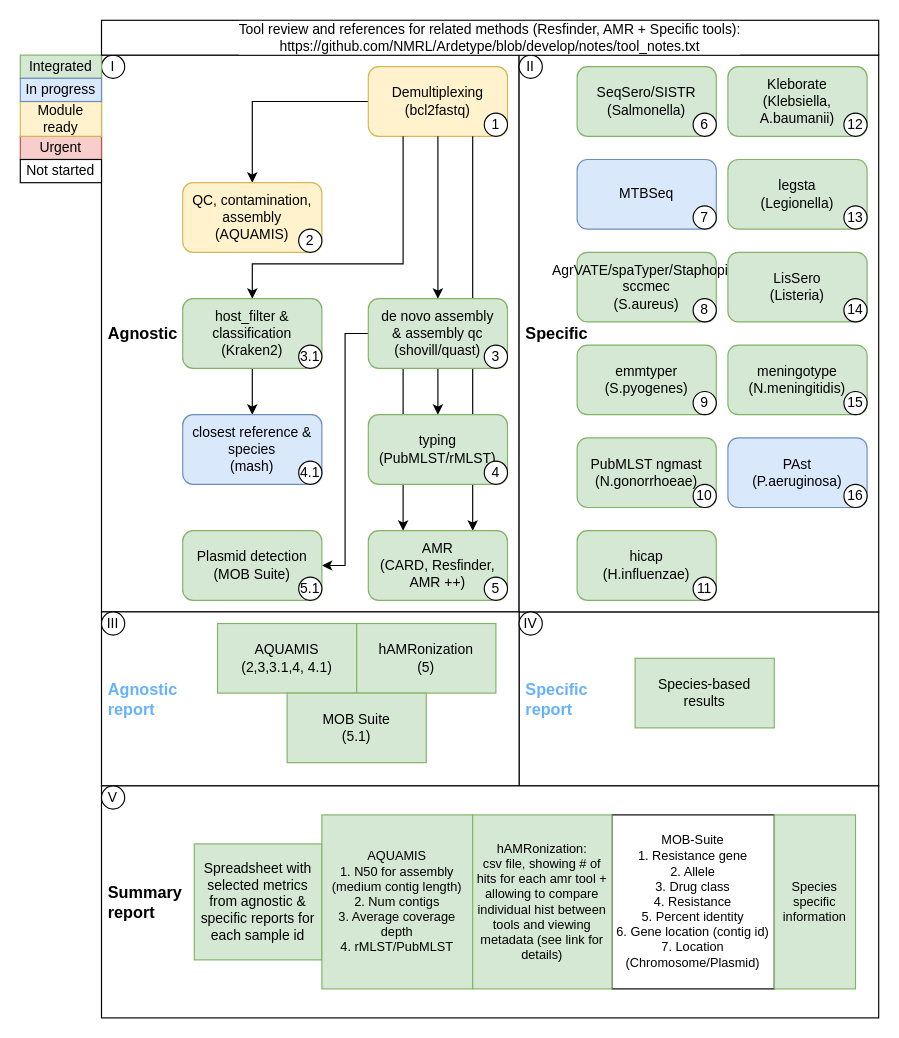
The draw.io diagram notes/Agnostic_specific_pipe.drawio in NMRL/Ardetype, before the edit. Source tidied: cells renumbered, new cells numbered last; positions are measured from the earlier drawing's top-left corner, leaving out a move shared by most shapes. Both pictures are drawn from the tidied source at 116%, with x=0, y=0 at pixel (20, 20).
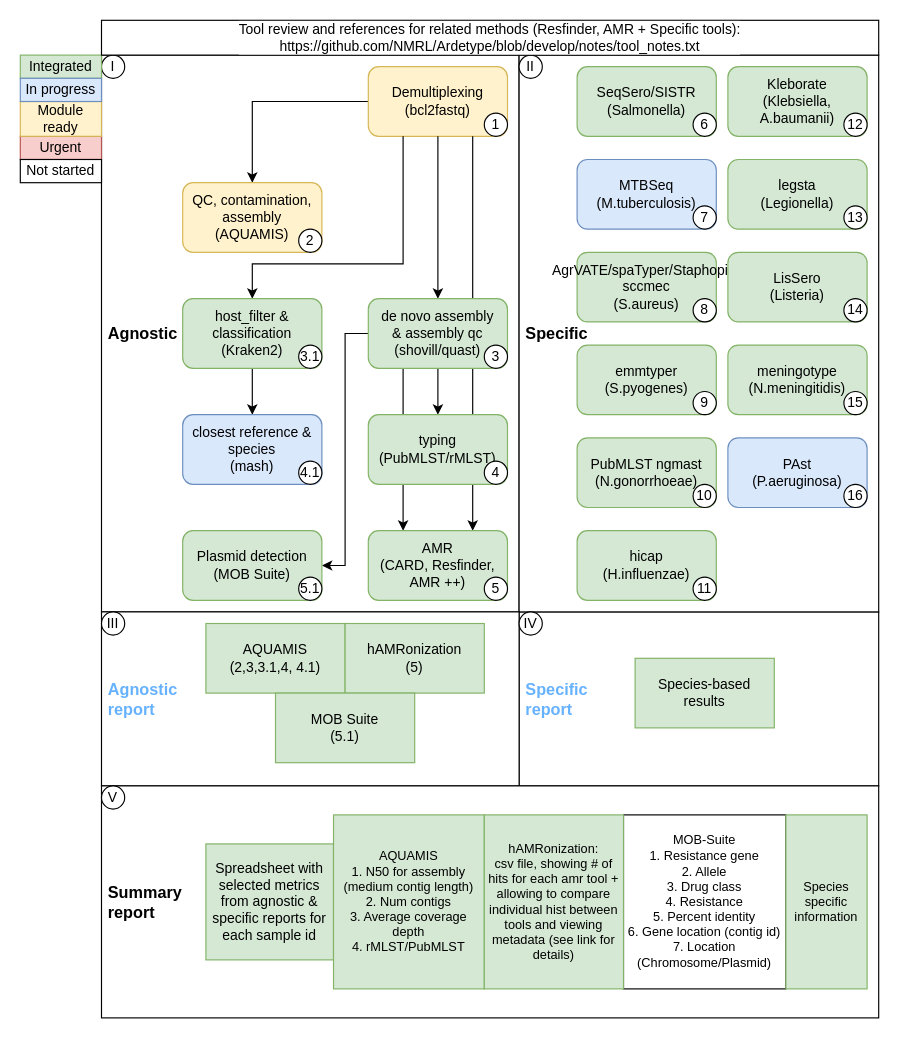
After the change.

The edit, as a diff of the source:
```diff
@@
-    <mxCell id="18" value="MTBSeq" style="rounded=1;whiteSpace=wrap;html=1;fillColor=#dae8fc;strokeColor=#6c8ebf;" parent="1" vertex="1">
+    <mxCell id="18" value="&lt;div&gt;MTBSeq&lt;/div&gt;(M.tuberculosis)" style="rounded=1;whiteSpace=wrap;html=1;fillColor=#dae8fc;strokeColor=#6c8ebf;" parent="1" vertex="1">
       <mxGeometry x="480" y="120" width="120" height="60" as="geometry" />
     </mxCell>
@@
     <mxCell id="46" value="&lt;div&gt;AQUAMIS&lt;br&gt;&lt;/div&gt;(2,3,3.1,4, 4.1)" style="rounded=0;whiteSpace=wrap;html=1;fillColor=#d5e8d4;strokeColor=#82b366;" parent="1" vertex="1">
-      <mxGeometry x="170" y="520" width="120" height="60" as="geometry" />
+      <mxGeometry x="160" y="520" width="120" height="60" as="geometry" />
     </mxCell>
     <mxCell id="47" value="hAMRonization&lt;br&gt;(5)" style="rounded=0;whiteSpace=wrap;html=1;fillColor=#d5e8d4;strokeColor=#82b366;" parent="1" vertex="1">
-      <mxGeometry x="290" y="520" width="120" height="60" as="geometry" />
+      <mxGeometry x="280" y="520" width="120" height="60" as="geometry" />
     </mxCell>
@@
     <mxCell id="57" value="Spreadsheet with selected metrics from agnostic &amp;amp; specific reports for each sample id" style="rounded=0;whiteSpace=wrap;html=1;fillColor=#d5e8d4;strokeColor=#82b366;" parent="1" vertex="1">
-      <mxGeometry x="150" y="710" width="110" height="100" as="geometry" />
+      <mxGeometry x="160" y="710" width="110" height="100" as="geometry" />
     </mxCell>
     <mxCell id="58" value="&lt;div style=&quot;font-size: 11px;&quot;&gt;&lt;font style=&quot;font-size: 11px;&quot;&gt;AQUAMIS&lt;br&gt;&lt;/font&gt;&lt;/div&gt;&lt;div style=&quot;font-size: 11px;&quot;&gt;&lt;font style=&quot;font-size: 11px;&quot;&gt;1. N50 for assembly (medium contig length)&lt;br&gt;&lt;/font&gt;&lt;/div&gt;&lt;div style=&quot;font-size: 11px;&quot;&gt;&lt;font style=&quot;font-size: 11px;&quot;&gt;2. Num contigs&lt;/font&gt;&lt;/div&gt;&lt;div style=&quot;font-size: 11px;&quot;&gt;&lt;font style=&quot;font-size: 11px;&quot;&gt;3. Average coverage depth&lt;/font&gt;&lt;/div&gt;&lt;div style=&quot;font-size: 11px;&quot;&gt;&lt;font style=&quot;font-size: 11px;&quot;&gt;4. rMLST/PubMLST&lt;br&gt;&lt;/font&gt;&lt;/div&gt;" style="rounded=0;whiteSpace=wrap;html=1;fillColor=#d5e8d4;strokeColor=#82b366;" parent="1" vertex="1">
-      <mxGeometry x="260" y="685" width="130" height="150" as="geometry" />
+      <mxGeometry x="270" y="685" width="130" height="150" as="geometry" />
     </mxCell>
     <mxCell id="59" value="&lt;div style=&quot;font-size: 11px;&quot;&gt;&lt;font style=&quot;font-size: 11px;&quot;&gt;MOB-Suite&lt;br&gt;&lt;/font&gt;&lt;/div&gt;&lt;div style=&quot;font-size: 11px;&quot;&gt;&lt;font style=&quot;font-size: 11px;&quot;&gt;1. Resistance gene&lt;br&gt;&lt;/font&gt;&lt;/div&gt;&lt;div style=&quot;font-size: 11px;&quot;&gt;&lt;font style=&quot;font-size: 11px;&quot;&gt;2. Allele&lt;br&gt;&lt;/font&gt;&lt;/div&gt;&lt;div style=&quot;font-size: 11px;&quot;&gt;&lt;font style=&quot;font-size: 11px;&quot;&gt;3. Drug class&lt;/font&gt;&lt;/div&gt;&lt;div style=&quot;font-size: 11px;&quot;&gt;&lt;font style=&quot;font-size: 11px;&quot;&gt;4. Resistance&lt;/font&gt;&lt;/div&gt;&lt;div style=&quot;font-size: 11px;&quot;&gt;&lt;font style=&quot;font-size: 11px;&quot;&gt;5. Percent identity&lt;/font&gt;&lt;/div&gt;&lt;div style=&quot;font-size: 11px;&quot;&gt;&lt;font style=&quot;font-size: 11px;&quot;&gt;6. Gene location (contig id)&lt;/font&gt;&lt;/div&gt;&lt;div style=&quot;font-size: 11px;&quot;&gt;&lt;font style=&quot;font-size: 11px;&quot;&gt;7. Location (Chromosome/Plasmid)&lt;br&gt;&lt;/font&gt;&lt;/div&gt;" style="rounded=0;whiteSpace=wrap;html=1;" parent="1" vertex="1">
-      <mxGeometry x="510" y="685" width="140" height="150" as="geometry" />
+      <mxGeometry x="520" y="685" width="140" height="150" as="geometry" />
     </mxCell>
     <mxCell id="60" value="&lt;div style=&quot;font-size: 11px;&quot;&gt;&lt;font style=&quot;font-size: 11px;&quot;&gt;hAMRonization:&lt;/font&gt;&lt;/div&gt;&lt;div style=&quot;font-size: 11px;&quot;&gt;&lt;font style=&quot;font-size: 11px;&quot;&gt;csv file, showing # of hits for each amr tool + allowing to compare individual hist between tools and viewing metadata (see link for details)&lt;br&gt;&lt;/font&gt;&lt;/div&gt;" style="rounded=0;whiteSpace=wrap;html=1;fillColor=#d5e8d4;strokeColor=#82b366;" parent="1" vertex="1">
-      <mxGeometry x="390" y="685" width="120" height="150" as="geometry" />
+      <mxGeometry x="400" y="685" width="120" height="150" as="geometry" />
     </mxCell>
@@
     <mxCell id="62" value="&lt;div style=&quot;font-size: 11px;&quot;&gt;Species specific information&lt;/div&gt;" style="rounded=0;whiteSpace=wrap;html=1;fillColor=#d5e8d4;strokeColor=#82b366;" parent="1" vertex="1">
-      <mxGeometry x="650" y="685" width="70" height="150" as="geometry" />
+      <mxGeometry x="660" y="685" width="70" height="150" as="geometry" />
     </mxCell>
     <mxCell id="63" value="MOB Suite&lt;br&gt;(5.1)" style="rounded=0;whiteSpace=wrap;html=1;fillColor=#d5e8d4;strokeColor=#82b366;" parent="1" vertex="1">
-      <mxGeometry x="230" y="580" width="120" height="60" as="geometry" />
+      <mxGeometry x="220" y="580" width="120" height="60" as="geometry" />
     </mxCell>
```
